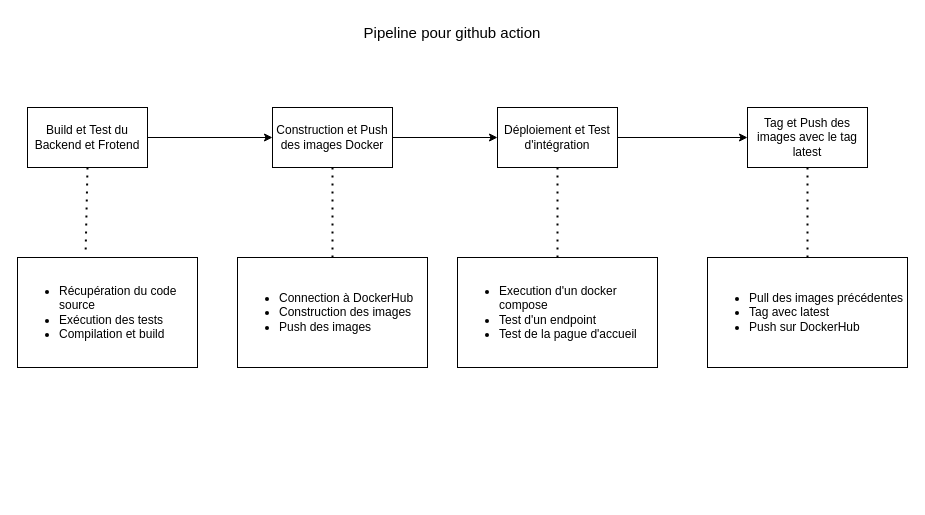
Before: docs/diagrammeDeploiement/diagrammeDeploiement.drawio in Florian00000/projet_cda_florian, a draw.io diagram. Source tidied: cells renumbered, new cells numbered last; positions are measured from the earlier drawing's top-left corner, leaving out a move shared by most shapes. Both pictures are drawn from the tidied source at 100%, with x=0, y=0 at pixel (17, 17).
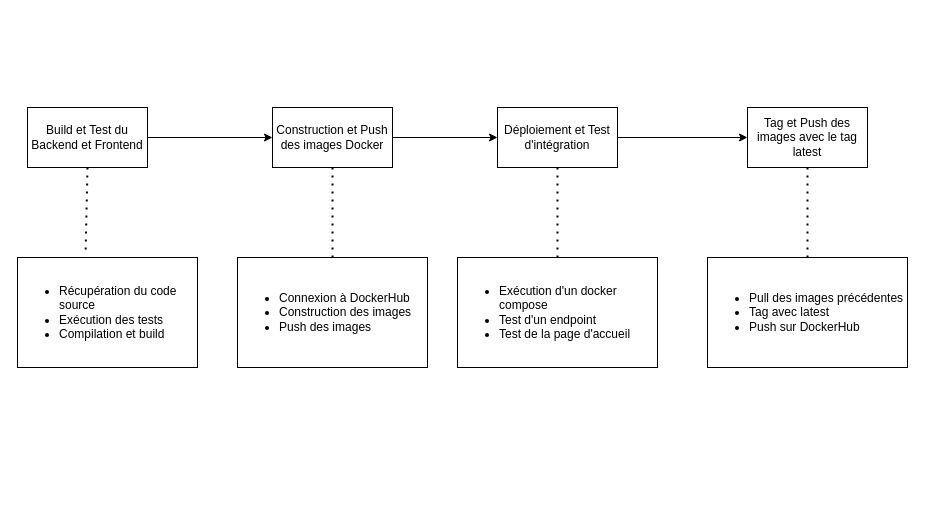
Above is the later version.

Commit message (it also covers changes not shown here):
fautes d'ortographes diagramme déploiement

Diff of the diagram source:
```diff
@@
 <mxGraphModel>
   <root>
     <mxCell id="0" />
     <mxCell id="1" parent="0" />
-    <mxCell id="2" value="&lt;font style=&quot;font-size: 15px;&quot;&gt;Pipeline pour github action&lt;/font&gt;" style="text;strokeColor=none;align=center;fillColor=none;html=1;verticalAlign=middle;whiteSpace=wrap;rounded=0;" parent="1" vertex="1">
-      <mxGeometry x="300" width="270" height="30" as="geometry" />
-    </mxCell>
     <mxCell id="3" value="&lt;table&gt;&lt;tbody&gt;&lt;tr&gt;&lt;td&gt;&lt;br&gt;&lt;/td&gt;&lt;/tr&gt;&lt;/tbody&gt;&lt;/table&gt;" style="text;strokeColor=none;align=center;fillColor=none;html=1;verticalAlign=middle;whiteSpace=wrap;rounded=0;" parent="1" vertex="1">
       <mxGeometry x="240" y="450" width="60" height="30" as="geometry" />
     </mxCell>
     <mxCell id="4" style="edgeStyle=none;html=1;" parent="1" edge="1" source="5" target="7">
       <mxGeometry relative="1" as="geometry" />
     </mxCell>
-    <mxCell id="5" value="Build et Test du Backend et Frotend" style="rounded=0;whiteSpace=wrap;html=1;" parent="1" vertex="1">
+    <mxCell id="5" value="Build et Test du Backend et Frontend" style="rounded=0;whiteSpace=wrap;html=1;" parent="1" vertex="1">
       <mxGeometry x="10" y="90" width="120" height="60" as="geometry" />
     </mxCell>
     <mxCell id="6" style="edgeStyle=none;html=1;" parent="1" edge="1" source="7" target="9">
       <mxGeometry relative="1" as="geometry" />
     </mxCell>
     <mxCell id="7" value="Construction et Push des images Docker" style="rounded=0;whiteSpace=wrap;html=1;" parent="1" vertex="1">
       <mxGeometry x="255" y="90" width="120" height="60" as="geometry" />
     </mxCell>
     <mxCell id="8" style="edgeStyle=none;html=1;" parent="1" edge="1" source="9" target="10">
       <mxGeometry relative="1" as="geometry" />
     </mxCell>
     <mxCell id="9" value="Déploiement et Test d'intégration" style="rounded=0;whiteSpace=wrap;html=1;" parent="1" vertex="1">
       <mxGeometry x="480" y="90" width="120" height="60" as="geometry" />
     </mxCell>
     <mxCell id="10" value="Tag et Push des images avec le tag latest" style="rounded=0;whiteSpace=wrap;html=1;" parent="1" vertex="1">
       <mxGeometry x="730" y="90" width="120" height="60" as="geometry" />
     </mxCell>
     <mxCell id="11" value="&lt;ul&gt;&lt;li&gt;Récupération du code source&lt;/li&gt;&lt;li&gt;Exécution des tests&lt;/li&gt;&lt;li&gt;Compilation et build&lt;/li&gt;&lt;/ul&gt;" style="rounded=0;whiteSpace=wrap;html=1;align=left;" parent="1" vertex="1">
       <mxGeometry y="240" width="180" height="110" as="geometry" />
     </mxCell>
     <mxCell id="12" style="endArrow=none;dashed=1;html=1;dashPattern=1 3;strokeWidth=2;exitX=0.5;exitY=1;exitDx=0;exitDy=0;entryX=0.378;entryY=-0.018;entryDx=0;entryDy=0;entryPerimeter=0;" parent="1" edge="1" source="5" target="11">
       <mxGeometry relative="1" as="geometry" />
     </mxCell>
-    <mxCell id="13" value="&lt;ul&gt;&lt;li&gt;Connection à DockerHub&lt;/li&gt;&lt;li&gt;Construction des images&lt;/li&gt;&lt;li&gt;Push des images&lt;/li&gt;&lt;/ul&gt;" style="rounded=0;whiteSpace=wrap;html=1;align=left;" parent="1" vertex="1">
+    <mxCell id="13" value="&lt;ul&gt;&lt;li&gt;Connexion à DockerHub&lt;/li&gt;&lt;li&gt;Construction des images&lt;/li&gt;&lt;li&gt;Push des images&lt;/li&gt;&lt;/ul&gt;" style="rounded=0;whiteSpace=wrap;html=1;align=left;" parent="1" vertex="1">
       <mxGeometry x="220" y="240" width="190" height="110" as="geometry" />
     </mxCell>
     <mxCell id="14" style="endArrow=none;dashed=1;html=1;dashPattern=1 3;strokeWidth=2;exitX=0.5;exitY=1;exitDx=0;exitDy=0;entryX=0.5;entryY=0;entryDx=0;entryDy=0;" parent="1" edge="1" source="7" target="13">
       <mxGeometry relative="1" as="geometry" />
     </mxCell>
-    <mxCell id="15" value="&lt;ul&gt;&lt;li&gt;Execution d'un docker compose&lt;/li&gt;&lt;li&gt;Test d'un endpoint&lt;/li&gt;&lt;li&gt;Test de la pague d'accueil&lt;/li&gt;&lt;/ul&gt;" style="rounded=0;whiteSpace=wrap;html=1;align=left;" parent="1" vertex="1">
+    <mxCell id="15" value="&lt;ul&gt;&lt;li&gt;Exécution d'un docker compose&lt;/li&gt;&lt;li&gt;Test d'un endpoint&lt;/li&gt;&lt;li&gt;Test de la page d'accueil&lt;/li&gt;&lt;/ul&gt;" style="rounded=0;whiteSpace=wrap;html=1;align=left;" parent="1" vertex="1">
       <mxGeometry x="440" y="240" width="200" height="110" as="geometry" />
     </mxCell>
     <mxCell id="16" style="endArrow=none;dashed=1;html=1;dashPattern=1 3;strokeWidth=2;exitX=0.5;exitY=1;exitDx=0;exitDy=0;" parent="1" edge="1" source="9">
       <mxGeometry relative="1" as="geometry">
         <mxPoint x="540" y="240" as="targetPoint" />
       </mxGeometry>
     </mxCell>
     <mxCell id="17" value="&lt;ul&gt;&lt;li&gt;Pull des images précédentes&lt;/li&gt;&lt;li&gt;Tag avec latest&lt;/li&gt;&lt;li&gt;Push sur DockerHub&lt;/li&gt;&lt;/ul&gt;" style="rounded=0;whiteSpace=wrap;html=1;align=left;" parent="1" vertex="1">
       <mxGeometry x="690" y="240" width="200" height="110" as="geometry" />
     </mxCell>
     <mxCell id="18" style="endArrow=none;dashed=1;html=1;dashPattern=1 3;strokeWidth=2;fontSize=15;exitX=0.5;exitY=1;exitDx=0;exitDy=0;entryX=0.5;entryY=0;entryDx=0;entryDy=0;" parent="1" edge="1" source="10" target="17">
       <mxGeometry relative="1" as="geometry" />
     </mxCell>
   </root>
 </mxGraphModel>
```
